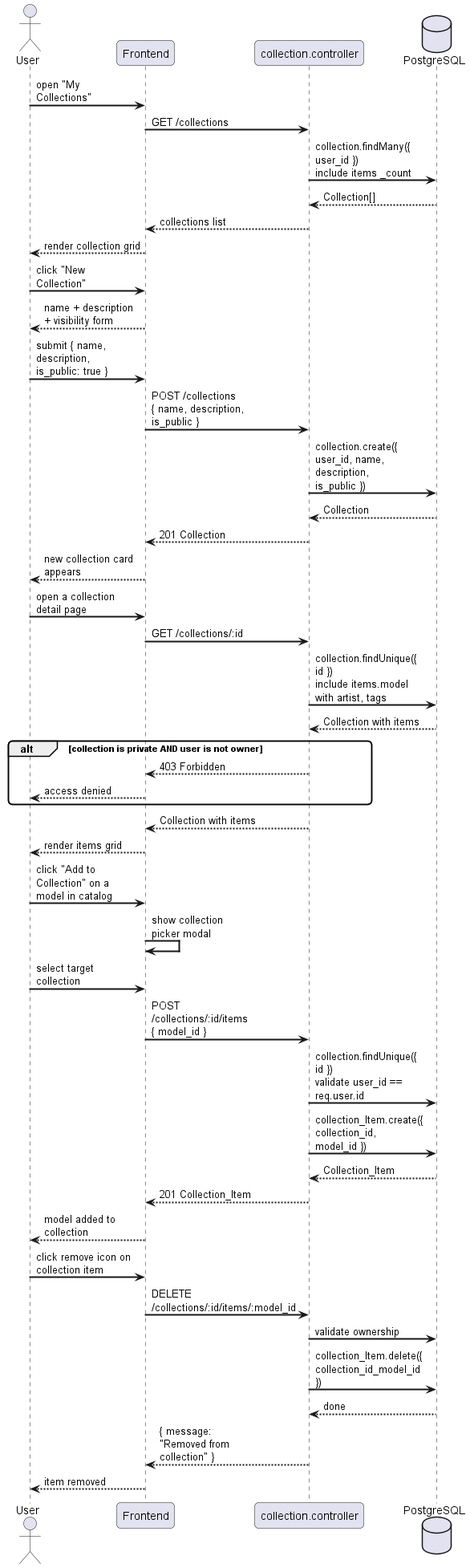
This is docs/diagrams/exports/sequence/commerce/sequence_collections.png from Schryzon/3Dex, a PlantUML export, as it was before one commit. Source of this version:
```plantuml
@startuml
skinparam sequenceArrowThickness 2
skinparam roundcorner 10
skinparam maxmessagesize 120

actor "User" as U
participant "Frontend" as FE
participant "collection.controller" as CC
database "PostgreSQL" as DB

U -> FE : open "My Collections"
FE -> CC : GET /collections
CC -> DB : collection.findMany({ user_id })\ninclude items _count
DB --> CC : Collection[]
CC --> FE : collections list
FE --> U : render collection grid

U -> FE : click "New Collection"
FE --> U : name + description + visibility form
U -> FE : submit { name, description, is_public: true }
FE -> CC : POST /collections\n{ name, description, is_public }
CC -> DB : collection.create({ user_id, name, description, is_public })
DB --> CC : Collection
CC --> FE : 201 Collection
FE --> U : new collection card appears

U -> FE : open a collection detail page
FE -> CC : GET /collections/:id
CC -> DB : collection.findUnique({ id })\ninclude items.model with artist, tags
DB --> CC : Collection with items

alt collection is private AND user is not owner
    CC --> FE : 403 Forbidden
    FE --> U : access denied
end

CC --> FE : Collection with items
FE --> U : render items grid

U -> FE : click "Add to Collection" on a model in catalog
FE -> FE : show collection picker modal
U -> FE : select target collection
FE -> CC : POST /collections/:id/items\n{ model_id }
CC -> DB : collection.findUnique({ id })\nvalidate user_id == req.user.id
CC -> DB : collection_Item.create({ collection_id, model_id })
DB --> CC : Collection_Item
CC --> FE : 201 Collection_Item
FE --> U : model added to collection

U -> FE : click remove icon on collection item
FE -> CC : DELETE /collections/:id/items/:model_id
CC -> DB : validate ownership
CC -> DB : collection_Item.delete({ collection_id_model_id })
DB --> CC : done
CC --> FE : { message: "Removed from collection" }
FE --> U : item removed
@enduml
```
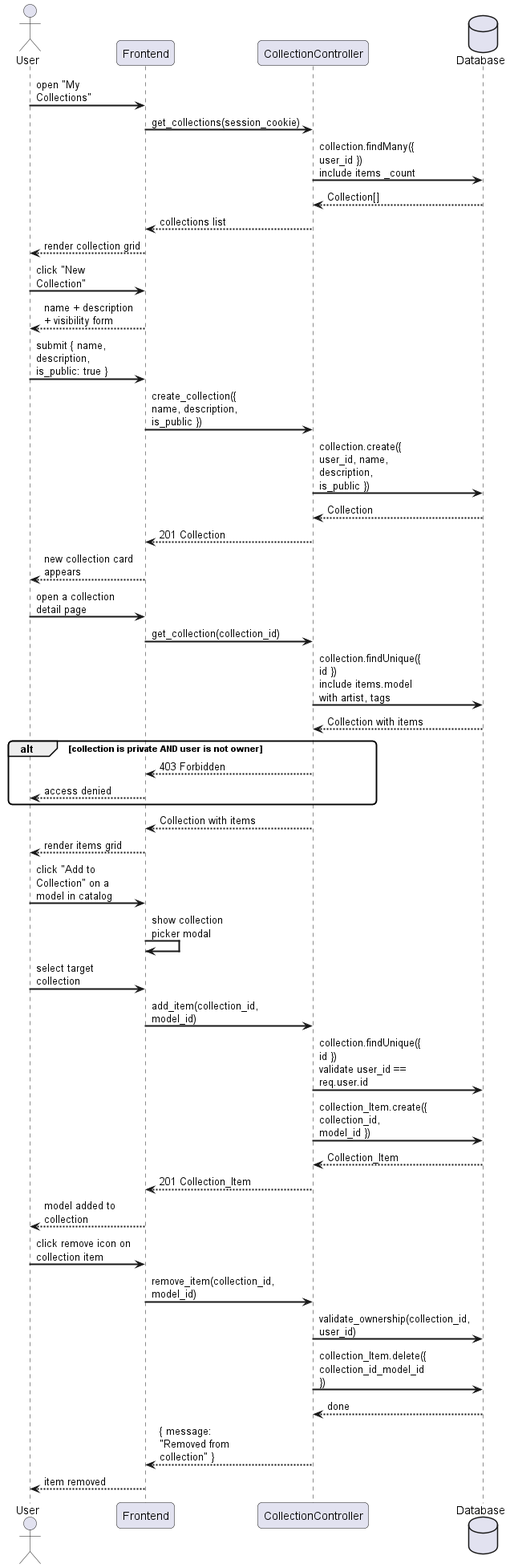
The same file after the commit.

The edit, as a diff of the source:
```diff
@@ -5,11 +5,11 @@
 
 actor "User" as U
 participant "Frontend" as FE
-participant "collection.controller" as CC
-database "PostgreSQL" as DB
+participant "CollectionController" as CC
+database "Database" as DB
 
 U -> FE : open "My Collections"
-FE -> CC : GET /collections
+FE -> CC : get_collections(session_cookie)
 CC -> DB : collection.findMany({ user_id })\ninclude items _count
 DB --> CC : Collection[]
 CC --> FE : collections list
@@ -18,14 +18,14 @@
 U -> FE : click "New Collection"
 FE --> U : name + description + visibility form
 U -> FE : submit { name, description, is_public: true }
-FE -> CC : POST /collections\n{ name, description, is_public }
+FE -> CC : create_collection({ name, description, is_public })
 CC -> DB : collection.create({ user_id, name, description, is_public })
 DB --> CC : Collection
 CC --> FE : 201 Collection
 FE --> U : new collection card appears
 
 U -> FE : open a collection detail page
-FE -> CC : GET /collections/:id
+FE -> CC : get_collection(collection_id)
 CC -> DB : collection.findUnique({ id })\ninclude items.model with artist, tags
 DB --> CC : Collection with items
 
@@ -40,7 +40,7 @@
 U -> FE : click "Add to Collection" on a model in catalog
 FE -> FE : show collection picker modal
 U -> FE : select target collection
-FE -> CC : POST /collections/:id/items\n{ model_id }
+FE -> CC : add_item(collection_id, model_id)
 CC -> DB : collection.findUnique({ id })\nvalidate user_id == req.user.id
 CC -> DB : collection_Item.create({ collection_id, model_id })
 DB --> CC : Collection_Item
@@ -48,8 +48,8 @@
 FE --> U : model added to collection
 
 U -> FE : click remove icon on collection item
-FE -> CC : DELETE /collections/:id/items/:model_id
-CC -> DB : validate ownership
+FE -> CC : remove_item(collection_id, model_id)
+CC -> DB : validate_ownership(collection_id, user_id)
 CC -> DB : collection_Item.delete({ collection_id_model_id })
 DB --> CC : done
 CC --> FE : { message: "Removed from collection" }
```
